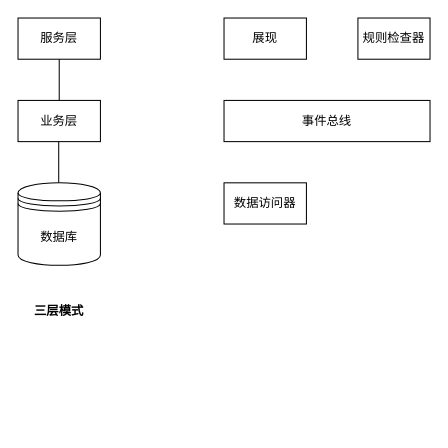
Above: Software/三种架构模式.drawio in noobwu/diagrams (draw.io), before the change. Source tidied: cells renumbered, new cells numbered last; positions are measured from the earlier drawing's top-left corner, leaving out a move shared by most shapes. Both pictures are drawn from the tidied source at 103%, with x=0, y=0 at pixel (18, 18).
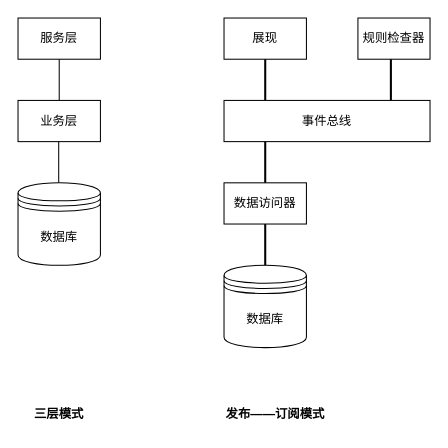
The same page after the edit.

Commit message:
Update 三种架构模式.drawio

What changed in the source:
```diff
@@
-    <mxCell id="2" value="展现" style="rounded=0;whiteSpace=wrap;html=1;" parent="1" vertex="1">
-      <mxGeometry x="200" width="80" height="40" as="geometry" />
-    </mxCell>
-    <mxCell id="3" value="规则检查器" style="rounded=0;whiteSpace=wrap;html=1;" parent="1" vertex="1">
-      <mxGeometry x="330" width="70" height="40" as="geometry" />
-    </mxCell>
-    <mxCell id="4" value="事件总线" style="rounded=0;whiteSpace=wrap;html=1;" parent="1" vertex="1">
-      <mxGeometry x="200" y="80" width="200" height="40" as="geometry" />
-    </mxCell>
-    <mxCell id="5" value="数据访问器" style="rounded=0;whiteSpace=wrap;html=1;" parent="1" vertex="1">
-      <mxGeometry x="200" y="160" width="80" height="40" as="geometry" />
-    </mxCell>
+    <mxCell id="14" style="group;" parent="1" vertex="1">
+      <mxGeometry width="80" height="390" as="geometry" />
+    </mxCell>
-    <mxCell id="6" style="group;" parent="1" vertex="1">
+    <mxCell id="6" style="group;" parent="14" vertex="1">
       <mxGeometry width="80" height="320" as="geometry" />
     </mxCell>
@@
-    <mxCell id="13" value="&lt;b&gt;三层模式&lt;/b&gt;" style="text;html=1;strokeColor=none;fillColor=none;align=center;verticalAlign=middle;whiteSpace=wrap;rounded=0;" parent="6" vertex="1">
-      <mxGeometry x="15" y="270" width="50" height="30" as="geometry" />
+    <mxCell id="13" value="&lt;b&gt;三层模式&lt;/b&gt;" style="text;html=1;strokeColor=none;fillColor=none;align=center;verticalAlign=middle;whiteSpace=wrap;rounded=0;" parent="14" vertex="1">
+      <mxGeometry x="15" y="370" width="50" height="30" as="geometry" />
     </mxCell>
+    <mxCell id="15" style="group;" parent="1" vertex="1">
+      <mxGeometry x="200" width="200" height="400" as="geometry" />
+    </mxCell>
+    <mxCell id="2" value="展现" style="rounded=0;whiteSpace=wrap;html=1;" parent="15" vertex="1">
+      <mxGeometry width="80" height="40" as="geometry" />
+    </mxCell>
+    <mxCell id="3" value="规则检查器" style="rounded=0;whiteSpace=wrap;html=1;" parent="15" vertex="1">
+      <mxGeometry x="130" width="70" height="40" as="geometry" />
+    </mxCell>
+    <mxCell id="4" value="事件总线" style="rounded=0;whiteSpace=wrap;html=1;" parent="15" vertex="1">
+      <mxGeometry y="80" width="200" height="40" as="geometry" />
+    </mxCell>
+    <mxCell id="5" value="数据访问器" style="rounded=0;whiteSpace=wrap;html=1;" parent="15" vertex="1">
+      <mxGeometry y="160" width="80" height="40" as="geometry" />
+    </mxCell>
+    <mxCell id="16" value="数据库" style="shape=datastore;whiteSpace=wrap;html=1;" parent="15" vertex="1">
+      <mxGeometry y="240" width="80" height="80" as="geometry" />
+    </mxCell>
+    <mxCell id="17" value="&lt;b&gt;发布——订阅模式&lt;/b&gt;" style="text;html=1;strokeColor=none;fillColor=none;align=center;verticalAlign=middle;whiteSpace=wrap;rounded=0;" parent="15" vertex="1">
+      <mxGeometry y="370" width="100" height="30" as="geometry" />
+    </mxCell>
+    <mxCell id="18" style="line;strokeWidth=2;direction=south;html=1;" parent="15" vertex="1">
+      <mxGeometry x="35" y="40" width="10" height="40" as="geometry" />
+    </mxCell>
+    <mxCell id="19" style="line;strokeWidth=2;direction=south;html=1;" parent="15" vertex="1">
+      <mxGeometry x="157" y="40" width="10" height="40" as="geometry" />
+    </mxCell>
+    <mxCell id="20" style="line;strokeWidth=2;direction=south;html=1;" parent="15" vertex="1">
+      <mxGeometry x="35" y="120" width="10" height="40" as="geometry" />
+    </mxCell>
+    <mxCell id="21" style="line;strokeWidth=2;direction=south;html=1;" parent="15" vertex="1">
+      <mxGeometry x="35" y="200" width="10" height="40" as="geometry" />
+    </mxCell>
```
